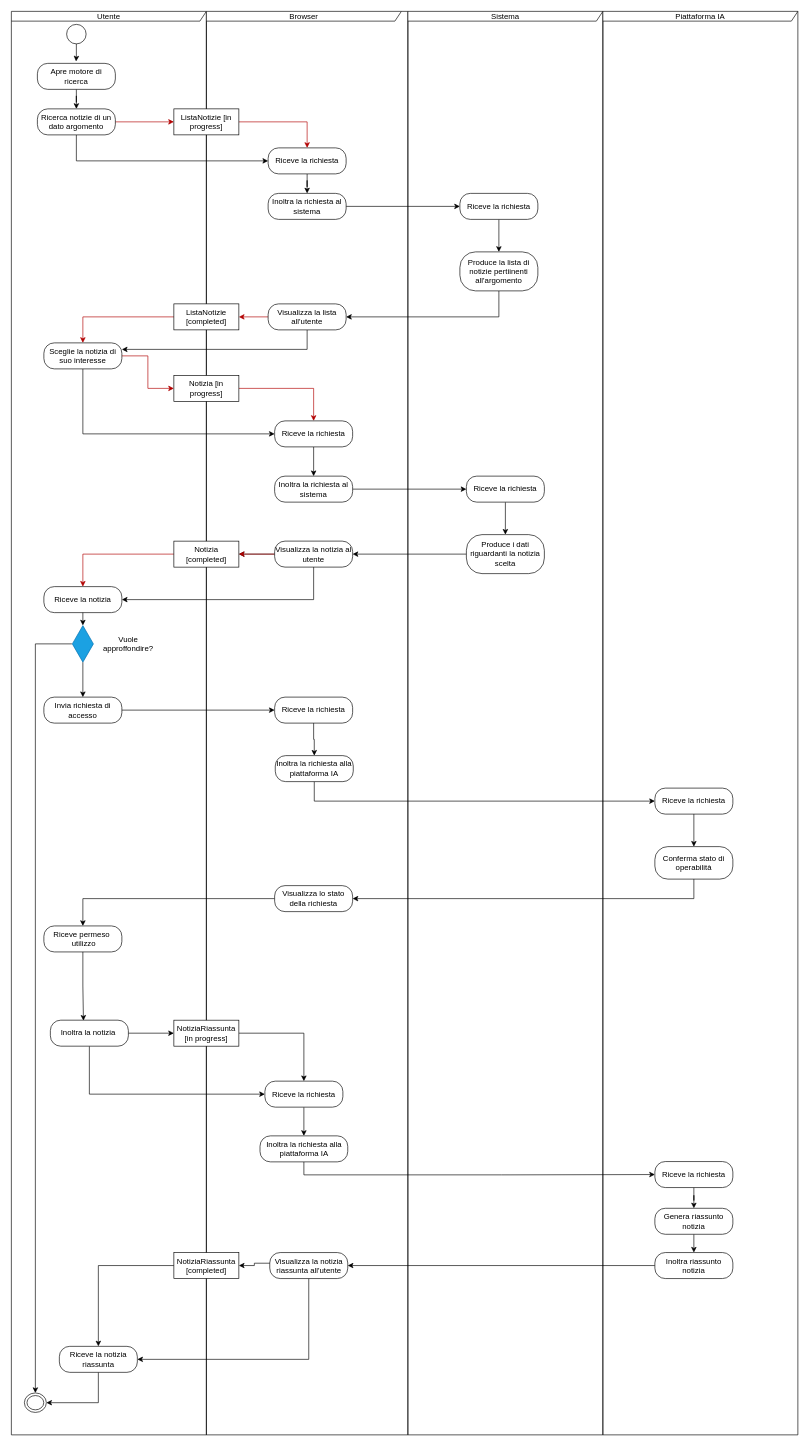
Before: page "RicercaNotizia" (1 of 2) of docs/diagrams_src/RAD-AD1.drawio in AndreaRainone/FARIS, a draw.io diagram. Source tidied: cells renumbered, new cells numbered last; positions are measured from the earlier drawing's top-left corner, leaving out a move shared by most shapes. Both pictures are drawn from the tidied source at 65%, with x=0, y=0 at pixel (11, 11).
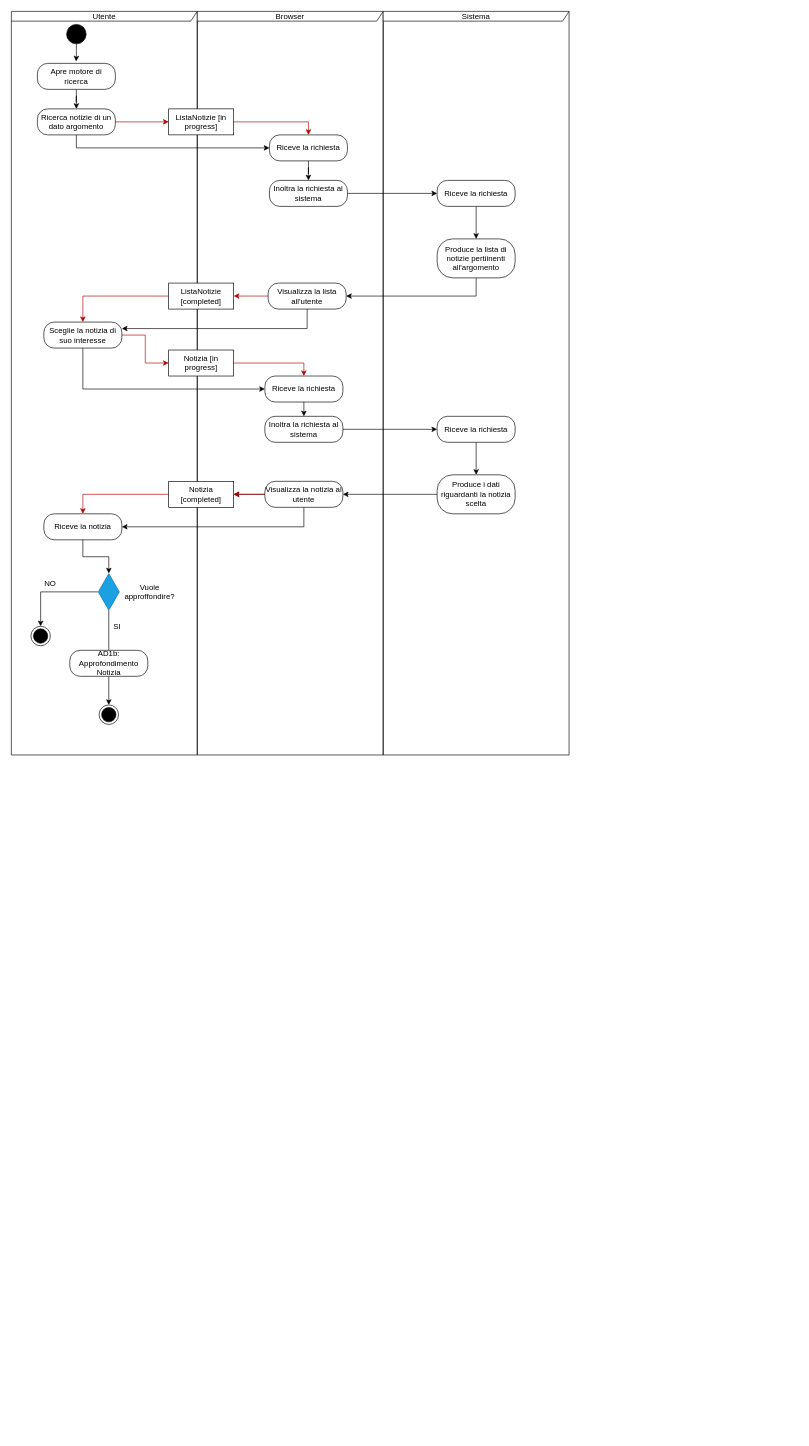
After the change.

Commit message (it also covers changes not shown here):
WorkInProgress: modifica activity diagrams per revisione prima parte

The edit, as a diff of the source:
```diff
@@
-    <mxCell id="2" style="ellipse;whiteSpace=wrap;html=1;shapeInside=1;strokeColor=light-dark(#000000,#FFFFFF);fillStyle=solid;" parent="1" vertex="1">
+    <mxCell id="2" style="ellipse;whiteSpace=wrap;html=1;shapeInside=1;strokeColor=light-dark(#000000,#FFFFFF);fillStyle=solid;fillColor=#000000;" parent="1" vertex="1">
       <mxGeometry x="85" y="20" width="30" height="30" as="geometry" />
     </mxCell>
@@
     <mxCell id="6" value="Utente" style="shape=umlFrame;whiteSpace=wrap;html=1;width=300;height=15;" parent="1" vertex="1">
-      <mxGeometry width="300" height="2190" as="geometry" />
+      <mxGeometry width="286" height="1144" as="geometry" />
     </mxCell>
     <mxCell id="7" value="Browser" style="shape=umlFrame;whiteSpace=wrap;html=1;width=300;height=15;" parent="1" vertex="1">
-      <mxGeometry x="300" width="310" height="2190" as="geometry" />
+      <mxGeometry x="286" width="286" height="1144" as="geometry" />
     </mxCell>
@@
     <mxCell id="12" value="Riceve la richiesta" style="rounded=1;whiteSpace=wrap;html=1;arcSize=40;" parent="1" vertex="1">
-      <mxGeometry x="395" y="210" width="120" height="40" as="geometry" />
+      <mxGeometry x="397" y="190" width="120" height="40" as="geometry" />
     </mxCell>
@@
     <mxCell id="14" value="ListaNotizie [in progress]" style="html=1;whiteSpace=wrap;" parent="1" vertex="1">
-      <mxGeometry x="250" y="150" width="100" height="40" as="geometry" />
+      <mxGeometry x="242" y="150" width="100" height="40" as="geometry" />
     </mxCell>
     <mxCell id="15" value="Sistema" style="shape=umlFrame;whiteSpace=wrap;html=1;width=300;height=15;" parent="1" vertex="1">
-      <mxGeometry x="610" width="300" height="2190" as="geometry" />
+      <mxGeometry x="572" width="286" height="1144" as="geometry" />
     </mxCell>
@@
     <mxCell id="17" value="Inoltra la richiesta al sistema" style="rounded=1;whiteSpace=wrap;html=1;arcSize=40;" parent="1" vertex="1">
-      <mxGeometry x="395" y="280" width="120" height="40" as="geometry" />
+      <mxGeometry x="397" y="260" width="120" height="40" as="geometry" />
     </mxCell>
@@
     <mxCell id="19" value="Riceve la richiesta" style="rounded=1;whiteSpace=wrap;html=1;arcSize=40;" parent="1" vertex="1">
-      <mxGeometry x="690" y="280" width="120" height="40" as="geometry" />
+      <mxGeometry x="655" y="260" width="120" height="40" as="geometry" />
     </mxCell>
@@
     <mxCell id="21" value="Produce la lista di notizie pertiinenti all'argomento" style="rounded=1;whiteSpace=wrap;html=1;arcSize=40;" parent="1" vertex="1">
-      <mxGeometry x="690" y="370" width="120" height="60" as="geometry" />
+      <mxGeometry x="655" y="350" width="120" height="60" as="geometry" />
     </mxCell>
@@
     <mxCell id="24" value="Visualizza la lista all'utente" style="rounded=1;whiteSpace=wrap;html=1;arcSize=40;" parent="1" vertex="1">
-      <mxGeometry x="395" y="450" width="120" height="40" as="geometry" />
+      <mxGeometry x="395" y="418" width="120" height="40" as="geometry" />
     </mxCell>
@@
     <mxCell id="26" value="ListaNotizie [completed]" style="html=1;whiteSpace=wrap;" parent="1" vertex="1">
-      <mxGeometry x="250" y="450" width="100" height="40" as="geometry" />
+      <mxGeometry x="242" y="418" width="100" height="40" as="geometry" />
     </mxCell>
@@
     <mxCell id="29" value="Sceglie la notizia di suo interesse" style="rounded=1;whiteSpace=wrap;html=1;arcSize=40;" parent="1" vertex="1">
-      <mxGeometry x="50" y="510" width="120" height="40" as="geometry" />
+      <mxGeometry x="50" y="478" width="120" height="40" as="geometry" />
     </mxCell>
@@
     <mxCell id="31" value="Notizia [in progress]" style="html=1;whiteSpace=wrap;" parent="1" vertex="1">
-      <mxGeometry x="250" y="560" width="100" height="40" as="geometry" />
+      <mxGeometry x="242" y="521" width="100" height="40" as="geometry" />
     </mxCell>
@@
     <mxCell id="33" value="Riceve la richiesta" style="rounded=1;whiteSpace=wrap;html=1;arcSize=40;" parent="1" vertex="1">
-      <mxGeometry x="405" y="630" width="120" height="40" as="geometry" />
+      <mxGeometry x="390" y="561" width="120" height="40" as="geometry" />
     </mxCell>
@@
     <mxCell id="35" value="Inoltra la richiesta al sistema" style="rounded=1;whiteSpace=wrap;html=1;arcSize=40;" parent="1" vertex="1">
-      <mxGeometry x="405" y="715" width="120" height="40" as="geometry" />
+      <mxGeometry x="390" y="623" width="120" height="40" as="geometry" />
     </mxCell>
@@
     <mxCell id="37" value="Riceve la richiesta" style="rounded=1;whiteSpace=wrap;html=1;arcSize=40;" parent="1" vertex="1">
-      <mxGeometry x="700" y="715" width="120" height="40" as="geometry" />
+      <mxGeometry x="655" y="623" width="120" height="40" as="geometry" />
     </mxCell>
@@
     <mxCell id="39" value="Produce i dati riguardanti la notizia scelta" style="rounded=1;whiteSpace=wrap;html=1;arcSize=40;" parent="1" vertex="1">
-      <mxGeometry x="700" y="805" width="120" height="60" as="geometry" />
+      <mxGeometry x="655" y="713" width="120" height="60" as="geometry" />
     </mxCell>
@@
     <mxCell id="43" value="Visualizza la notizia al utente" style="rounded=1;whiteSpace=wrap;html=1;arcSize=40;" parent="1" vertex="1">
-      <mxGeometry x="405" y="815" width="120" height="40" as="geometry" />
+      <mxGeometry x="390" y="723" width="120" height="40" as="geometry" />
     </mxCell>
@@
     <mxCell id="45" value="Notizia [completed]" style="html=1;whiteSpace=wrap;" parent="1" vertex="1">
-      <mxGeometry x="250" y="815" width="100" height="40" as="geometry" />
+      <mxGeometry x="242" y="723" width="100" height="40" as="geometry" />
     </mxCell>
     <mxCell id="46" value="Riceve la notizia" style="rounded=1;whiteSpace=wrap;html=1;arcSize=40;" parent="1" vertex="1">
-      <mxGeometry x="50" y="885" width="120" height="40" as="geometry" />
+      <mxGeometry x="50" y="773" width="120" height="40" as="geometry" />
     </mxCell>
-    <mxCell id="47" style="ellipse;html=1;shape=endState;" parent="1" vertex="1">
-      <mxGeometry x="20" y="2125.5" width="33.8" height="30" as="geometry" />
-    </mxCell>
-    <mxCell id="48" value="Piattaforma IA" style="shape=umlFrame;whiteSpace=wrap;html=1;width=300;height=15;" parent="1" vertex="1">
-      <mxGeometry x="910" width="300" height="2190" as="geometry" />
-    </mxCell>
-    <mxCell id="49" style="edgeStyle=orthogonalEdgeStyle;rounded=0;jettySize=auto;html=1;entryX=0.5;entryY=0;entryDx=0;entryDy=0;" parent="1" edge="1" source="51" target="47">
-      <mxGeometry relative="1" as="geometry" />
-    </mxCell>
-    <mxCell id="50" style="edgeStyle=orthogonalEdgeStyle;rounded=0;jettySize=auto;html=1;entryX=0.5;entryY=0;entryDx=0;entryDy=0;" parent="1" edge="1" source="51" target="84">
-      <mxGeometry relative="1" as="geometry" />
-    </mxCell>
+    <mxCell id="90" style="edgeStyle=orthogonalEdgeStyle;shape=connector;rounded=0;jettySize=auto;html=1;entryX=0.5;entryY=0;entryDx=0;entryDy=0;strokeColor=default;align=center;verticalAlign=middle;fontFamily=Helvetica;fontSize=11;fontColor=default;labelBackgroundColor=default;defaultLabelBackgroundColor=page;endArrow=classic;endFill=1;" parent="1" edge="1" source="51" target="92">
+      <mxGeometry x="-0.01" relative="1" as="geometry" />
+    </mxCell>
+    <mxCell id="91" style="edgeStyle=orthogonalEdgeStyle;shape=connector;rounded=0;jettySize=auto;html=1;entryX=0.5;entryY=0;entryDx=0;entryDy=0;strokeColor=default;align=center;verticalAlign=middle;fontFamily=Helvetica;fontSize=11;fontColor=default;labelBackgroundColor=default;defaultLabelBackgroundColor=page;endArrow=none;endFill=0;" parent="1" edge="1" source="51" target="96">
+      <mxGeometry relative="1" as="geometry" />
+    </mxCell>
     <mxCell id="51" style="html=1;whiteSpace=wrap;shape=isoRectangle;rotation=-90;fillColor=#1ba1e2;fontColor=#ffffff;strokeColor=#006EAF;" parent="1" vertex="1">
-      <mxGeometry x="81.9" y="956.2" width="56.2" height="33.8" as="geometry" />
+      <mxGeometry x="121.8" y="876.2" width="56.2" height="33.8" as="geometry" />
     </mxCell>
@@
-    <mxCell id="53" style="edgeStyle=orthogonalEdgeStyle;rounded=0;jettySize=auto;html=1;exitX=0.5;exitY=1;exitDx=0;exitDy=0;" parent="1" edge="1" source="54" target="56">
-      <mxGeometry relative="1" as="geometry" />
-    </mxCell>
-    <mxCell id="54" value="Riceve la richiesta" style="rounded=1;whiteSpace=wrap;html=1;arcSize=40;" parent="1" vertex="1">
-      <mxGeometry x="990" y="1769.5" width="120" height="40" as="geometry" />
-    </mxCell>
-    <mxCell id="55" style="edgeStyle=orthogonalEdgeStyle;rounded=0;jettySize=auto;html=1;exitX=0.5;exitY=1;exitDx=0;exitDy=0;entryX=0.5;entryY=0;entryDx=0;entryDy=0;" parent="1" edge="1" source="56" target="70">
-      <mxGeometry relative="1" as="geometry" />
-    </mxCell>
-    <mxCell id="56" value="Genera riassunto notizia" style="rounded=1;whiteSpace=wrap;html=1;arcSize=40;" parent="1" vertex="1">
-      <mxGeometry x="990" y="1841.4" width="120" height="40" as="geometry" />
-    </mxCell>
-    <mxCell id="57" style="edgeStyle=orthogonalEdgeStyle;rounded=0;jettySize=auto;html=1;exitX=1;exitY=0.5;exitDx=0;exitDy=0;entryX=0;entryY=0.5;entryDx=0;entryDy=0;strokeColor=light-dark(#000000,#FF0000);" parent="1" edge="1" source="59" target="65">
-      <mxGeometry relative="1" as="geometry" />
-    </mxCell>
-    <mxCell id="58" style="edgeStyle=orthogonalEdgeStyle;rounded=0;jettySize=auto;html=1;exitX=0.5;exitY=1;exitDx=0;exitDy=0;entryX=0;entryY=0.5;entryDx=0;entryDy=0;" parent="1" edge="1" source="59" target="61">
-      <mxGeometry relative="1" as="geometry" />
-    </mxCell>
-    <mxCell id="59" value="Inoltra la notizia&amp;nbsp;" style="rounded=1;whiteSpace=wrap;html=1;arcSize=40;" parent="1" vertex="1">
-      <mxGeometry x="60" y="1552" width="120" height="40" as="geometry" />
-    </mxCell>
-    <mxCell id="60" style="edgeStyle=orthogonalEdgeStyle;rounded=0;jettySize=auto;html=1;entryX=0.5;entryY=0;entryDx=0;entryDy=0;" parent="1" edge="1" source="61" target="63">
-      <mxGeometry relative="1" as="geometry" />
-    </mxCell>
-    <mxCell id="61" value="Riceve la richiesta" style="rounded=1;whiteSpace=wrap;html=1;arcSize=40;" parent="1" vertex="1">
-      <mxGeometry x="390" y="1645.8" width="120" height="40" as="geometry" />
-    </mxCell>
-    <mxCell id="62" style="edgeStyle=orthogonalEdgeStyle;rounded=0;jettySize=auto;html=1;exitX=0.5;exitY=1;exitDx=0;exitDy=0;entryX=0;entryY=0.5;entryDx=0;entryDy=0;" parent="1" edge="1" source="63" target="54">
-      <mxGeometry relative="1" as="geometry" />
-    </mxCell>
-    <mxCell id="63" value="Inoltra la richiesta alla piattaforma IA" style="rounded=1;whiteSpace=wrap;html=1;arcSize=40;" parent="1" vertex="1">
-      <mxGeometry x="382.5" y="1730" width="135" height="40" as="geometry" />
-    </mxCell>
-    <mxCell id="64" style="edgeStyle=orthogonalEdgeStyle;rounded=0;jettySize=auto;html=1;entryX=0.5;entryY=0;entryDx=0;entryDy=0;strokeColor=light-dark(#000000,#CC0000);" parent="1" edge="1" source="65" target="61">
-      <mxGeometry relative="1" as="geometry" />
-    </mxCell>
-    <mxCell id="65" value="NotiziaRiassunta [in progress]" style="html=1;whiteSpace=wrap;" parent="1" vertex="1">
-      <mxGeometry x="250" y="1552" width="100" height="40" as="geometry" />
-    </mxCell>
-    <mxCell id="66" style="edgeStyle=orthogonalEdgeStyle;rounded=0;jettySize=auto;html=1;exitX=0;exitY=0.5;exitDx=0;exitDy=0;entryX=0.5;entryY=0;entryDx=0;entryDy=0;strokeColor=light-dark(#000000,#FF0000);" parent="1" edge="1" source="67" target="74">
-      <mxGeometry relative="1" as="geometry" />
-    </mxCell>
-    <mxCell id="67" value="NotiziaRiassunta [completed]" style="html=1;whiteSpace=wrap;" parent="1" vertex="1">
-      <mxGeometry x="250" y="1909.5" width="100" height="40" as="geometry" />
-    </mxCell>
-    <mxCell id="68" style="edgeStyle=orthogonalEdgeStyle;rounded=0;jettySize=auto;html=1;entryX=1;entryY=0.5;entryDx=0;entryDy=0;strokeColor=light-dark(#000000,#CC0000);exitX=0.058;exitY=0.41;exitDx=0;exitDy=0;exitPerimeter=0;" parent="1" edge="1" source="72" target="67">
-      <mxGeometry relative="1" as="geometry" />
-    </mxCell>
-    <mxCell id="69" style="edgeStyle=orthogonalEdgeStyle;rounded=0;jettySize=auto;html=1;exitX=0;exitY=0.5;exitDx=0;exitDy=0;entryX=1;entryY=0.5;entryDx=0;entryDy=0;defaultLabelBackgroundColor=gap;" parent="1" edge="1" source="70" target="72">
-      <mxGeometry relative="1" as="geometry" />
-    </mxCell>
-    <mxCell id="70" value="Inoltra riassunto notizia" style="rounded=1;whiteSpace=wrap;html=1;arcSize=40;" parent="1" vertex="1">
-      <mxGeometry x="990" y="1909.5" width="120" height="40" as="geometry" />
-    </mxCell>
-    <mxCell id="71" style="edgeStyle=orthogonalEdgeStyle;rounded=0;jettySize=auto;html=1;exitX=0.5;exitY=1;exitDx=0;exitDy=0;entryX=1;entryY=0.5;entryDx=0;entryDy=0;" parent="1" edge="1" source="72" target="74">
-      <mxGeometry relative="1" as="geometry" />
-    </mxCell>
-    <mxCell id="72" value="Visualizza la notizia riassunta all'utente" style="rounded=1;whiteSpace=wrap;html=1;arcSize=40;" parent="1" vertex="1">
-      <mxGeometry x="397.5" y="1909.5" width="120" height="40" as="geometry" />
-    </mxCell>
-    <mxCell id="73" style="edgeStyle=orthogonalEdgeStyle;rounded=0;jettySize=auto;html=1;exitX=0.5;exitY=1;exitDx=0;exitDy=0;entryX=1;entryY=0.5;entryDx=0;entryDy=0;" parent="1" edge="1" source="74" target="47">
-      <mxGeometry relative="1" as="geometry" />
-    </mxCell>
-    <mxCell id="74" value="Riceve la notizia riassunta" style="rounded=1;whiteSpace=wrap;html=1;arcSize=40;" parent="1" vertex="1">
-      <mxGeometry x="73.8" y="2053.8" width="120" height="40" as="geometry" />
-    </mxCell>
-    <mxCell id="75" style="edgeStyle=orthogonalEdgeStyle;rounded=0;jettySize=auto;html=1;exitX=0.5;exitY=1;exitDx=0;exitDy=0;entryX=0.5;entryY=0;entryDx=0;entryDy=0;" parent="1" edge="1" source="76" target="78">
-      <mxGeometry relative="1" as="geometry" />
-    </mxCell>
-    <mxCell id="76" value="Riceve la richiesta" style="rounded=1;whiteSpace=wrap;html=1;arcSize=40;" parent="1" vertex="1">
-      <mxGeometry x="405" y="1055" width="120" height="40" as="geometry" />
-    </mxCell>
-    <mxCell id="77" style="edgeStyle=orthogonalEdgeStyle;rounded=0;jettySize=auto;html=1;exitX=0.5;exitY=1;exitDx=0;exitDy=0;entryX=0;entryY=0.5;entryDx=0;entryDy=0;" parent="1" edge="1" source="78" target="80">
-      <mxGeometry relative="1" as="geometry" />
-    </mxCell>
-    <mxCell id="78" value="Inoltra la richiesta alla piattaforma IA" style="rounded=1;whiteSpace=wrap;html=1;arcSize=40;" parent="1" vertex="1">
-      <mxGeometry x="406" y="1145" width="120" height="40" as="geometry" />
-    </mxCell>
-    <mxCell id="79" style="edgeStyle=orthogonalEdgeStyle;rounded=0;jettySize=auto;html=1;entryX=0.5;entryY=0;entryDx=0;entryDy=0;" parent="1" edge="1" source="80" target="82">
-      <mxGeometry relative="1" as="geometry" />
+    <mxCell id="79" style="edgeStyle=orthogonalEdgeStyle;rounded=0;orthogonalLoop=1;jettySize=auto;html=1;entryX=0.5;entryY=0;entryDx=0;entryDy=0;" parent="1" edge="1">
+      <mxGeometry relative="1" as="geometry">
+        <mxPoint x="1001" y="1203" as="sourcePoint" />
+      </mxGeometry>
     </mxCell>
-    <mxCell id="80" value="Riceve la richiesta" style="rounded=1;whiteSpace=wrap;html=1;arcSize=40;" parent="1" vertex="1">
-      <mxGeometry x="990" y="1195" width="120" height="40" as="geometry" />
-    </mxCell>
-    <mxCell id="81" style="edgeStyle=orthogonalEdgeStyle;rounded=0;jettySize=auto;html=1;exitX=0.5;exitY=1;exitDx=0;exitDy=0;entryX=1;entryY=0.5;entryDx=0;entryDy=0;" parent="1" edge="1" source="82" target="88">
-      <mxGeometry relative="1" as="geometry" />
-    </mxCell>
-    <mxCell id="82" value="Conferma stato di operabilità" style="rounded=1;whiteSpace=wrap;html=1;arcSize=40;" parent="1" vertex="1">
-      <mxGeometry x="990" y="1285" width="120" height="50" as="geometry" />
-    </mxCell>
-    <mxCell id="83" style="edgeStyle=orthogonalEdgeStyle;rounded=0;jettySize=auto;html=1;exitX=1;exitY=0.5;exitDx=0;exitDy=0;entryX=0;entryY=0.5;entryDx=0;entryDy=0;" parent="1" edge="1" source="84" target="76">
-      <mxGeometry relative="1" as="geometry" />
-    </mxCell>
-    <mxCell id="84" value="Invia richiesta di accesso" style="rounded=1;whiteSpace=wrap;html=1;arcSize=40;" parent="1" vertex="1">
-      <mxGeometry x="50" y="1055" width="120" height="40" as="geometry" />
-    </mxCell>
-    <mxCell id="85" value="Riceve permeso&amp;nbsp; &amp;nbsp;utilizzo" style="rounded=1;whiteSpace=wrap;html=1;arcSize=40;" parent="1" vertex="1">
-      <mxGeometry x="50" y="1407" width="120" height="40" as="geometry" />
-    </mxCell>
-    <mxCell id="86" style="edgeStyle=orthogonalEdgeStyle;rounded=0;jettySize=auto;html=1;exitX=0.5;exitY=1;exitDx=0;exitDy=0;entryX=0.424;entryY=0.018;entryDx=0;entryDy=0;entryPerimeter=0;" parent="1" edge="1" source="85" target="59">
-      <mxGeometry relative="1" as="geometry" />
-    </mxCell>
-    <mxCell id="87" style="edgeStyle=orthogonalEdgeStyle;rounded=0;jettySize=auto;html=1;exitX=0;exitY=0.5;exitDx=0;exitDy=0;entryX=0.5;entryY=0;entryDx=0;entryDy=0;" parent="1" edge="1" source="88" target="85">
-      <mxGeometry relative="1" as="geometry" />
-    </mxCell>
-    <mxCell id="88" value="Visualizza lo stato della richiesta" style="rounded=1;whiteSpace=wrap;html=1;arcSize=40;" parent="1" vertex="1">
-      <mxGeometry x="405" y="1345" width="120" height="40" as="geometry" />
-    </mxCell>
     <mxCell id="89" value="Vuole approffondire?" style="text;html=1;whiteSpace=wrap;strokeColor=none;fillColor=none;align=center;verticalAlign=middle;rounded=0;" parent="1" vertex="1">
-      <mxGeometry x="150" y="958.1" width="60" height="30" as="geometry" />
+      <mxGeometry x="182.9" y="878.1" width="60" height="30" as="geometry" />
     </mxCell>
+    <mxCell id="92" style="ellipse;html=1;shape=endState;fillColor=strokeColor;" parent="1" vertex="1">
+      <mxGeometry x="30" y="946" width="30" height="30" as="geometry" />
+    </mxCell>
+    <mxCell id="93" value="NO" style="text;html=1;whiteSpace=wrap;strokeColor=none;fillColor=none;align=center;verticalAlign=middle;rounded=0;" parent="1" vertex="1">
+      <mxGeometry x="30" y="865" width="60" height="30" as="geometry" />
+    </mxCell>
+    <mxCell id="94" value="&lt;div&gt;SI&lt;/div&gt;" style="text;html=1;whiteSpace=wrap;strokeColor=none;fillColor=none;align=center;verticalAlign=middle;rounded=0;" parent="1" vertex="1">
+      <mxGeometry x="133" y="931" width="60" height="30" as="geometry" />
+    </mxCell>
+    <mxCell id="95" style="edgeStyle=orthogonalEdgeStyle;shape=connector;rounded=0;jettySize=auto;html=1;exitX=0.5;exitY=1;exitDx=0;exitDy=0;entryX=0.5;entryY=0;entryDx=0;entryDy=0;strokeColor=default;align=center;verticalAlign=middle;fontFamily=Helvetica;fontSize=11;fontColor=default;labelBackgroundColor=default;defaultLabelBackgroundColor=page;endArrow=classic;endFill=1;" parent="1" edge="1" source="96" target="97">
+      <mxGeometry relative="1" as="geometry" />
+    </mxCell>
+    <mxCell id="96" value="AD1b: Approfondimento Notizia" style="rounded=1;whiteSpace=wrap;html=1;arcSize=40;" parent="1" vertex="1">
+      <mxGeometry x="89.9" y="983" width="120" height="40" as="geometry" />
+    </mxCell>
+    <mxCell id="97" style="ellipse;html=1;shape=endState;fillColor=strokeColor;" parent="1" vertex="1">
+      <mxGeometry x="134.9" y="1067" width="30" height="30" as="geometry" />
+    </mxCell>
```
